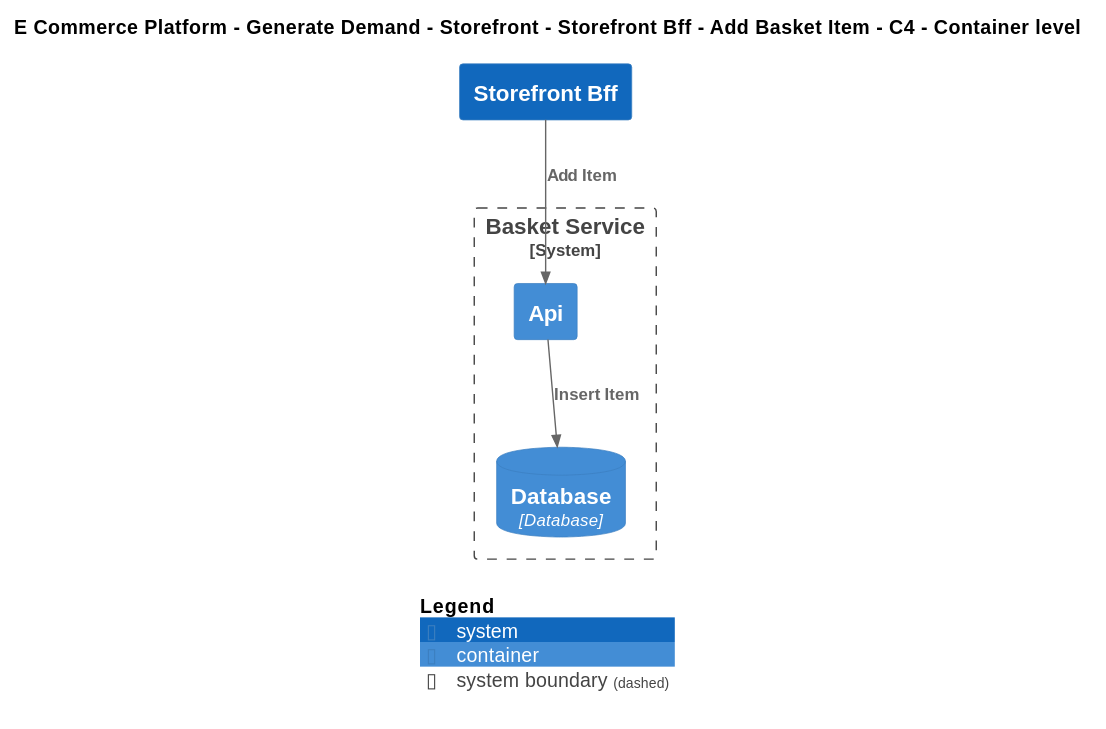
Earlier version of the PlantUML export Samples/E-Commerce Platform/Yaml/Diagrams/E Commerce Platform/Generate Demand/Storefront/Software Systems/Storefront Bff/Interfaces/Add Basket Item/Container - C4.svg (mnadenysenko/C4InterFlow).
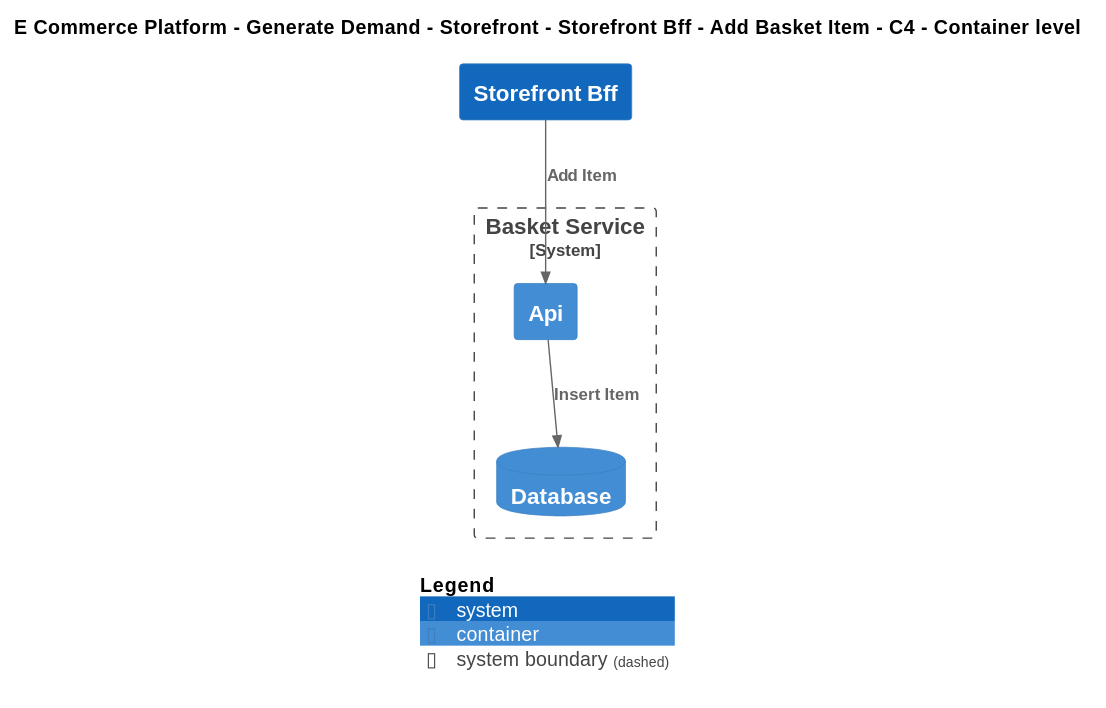
After the commit.

Change to the diagram source:
```diff
@@ -20,7 +20,7 @@
 
 System_Boundary(ECommercePlatform.GenerateDemand.Basket.SoftwareSystems.BasketService, "Basket Service") {
     Container(ECommercePlatform.GenerateDemand.Basket.SoftwareSystems.BasketService.Containers.Api, "Api", "", "")
-    ContainerDb(ECommercePlatform.GenerateDemand.Basket.SoftwareSystems.BasketService.Containers.Database, "Database", "Database", "")
+    ContainerDb(ECommercePlatform.GenerateDemand.Basket.SoftwareSystems.BasketService.Containers.Database, "Database", "", "")
 }
 
 Rel(ECommercePlatform.GenerateDemand.Storefront.SoftwareSystems.StorefrontBff, ECommercePlatform.GenerateDemand.Basket.SoftwareSystems.BasketService.Containers.Api, "Add Item")
```
